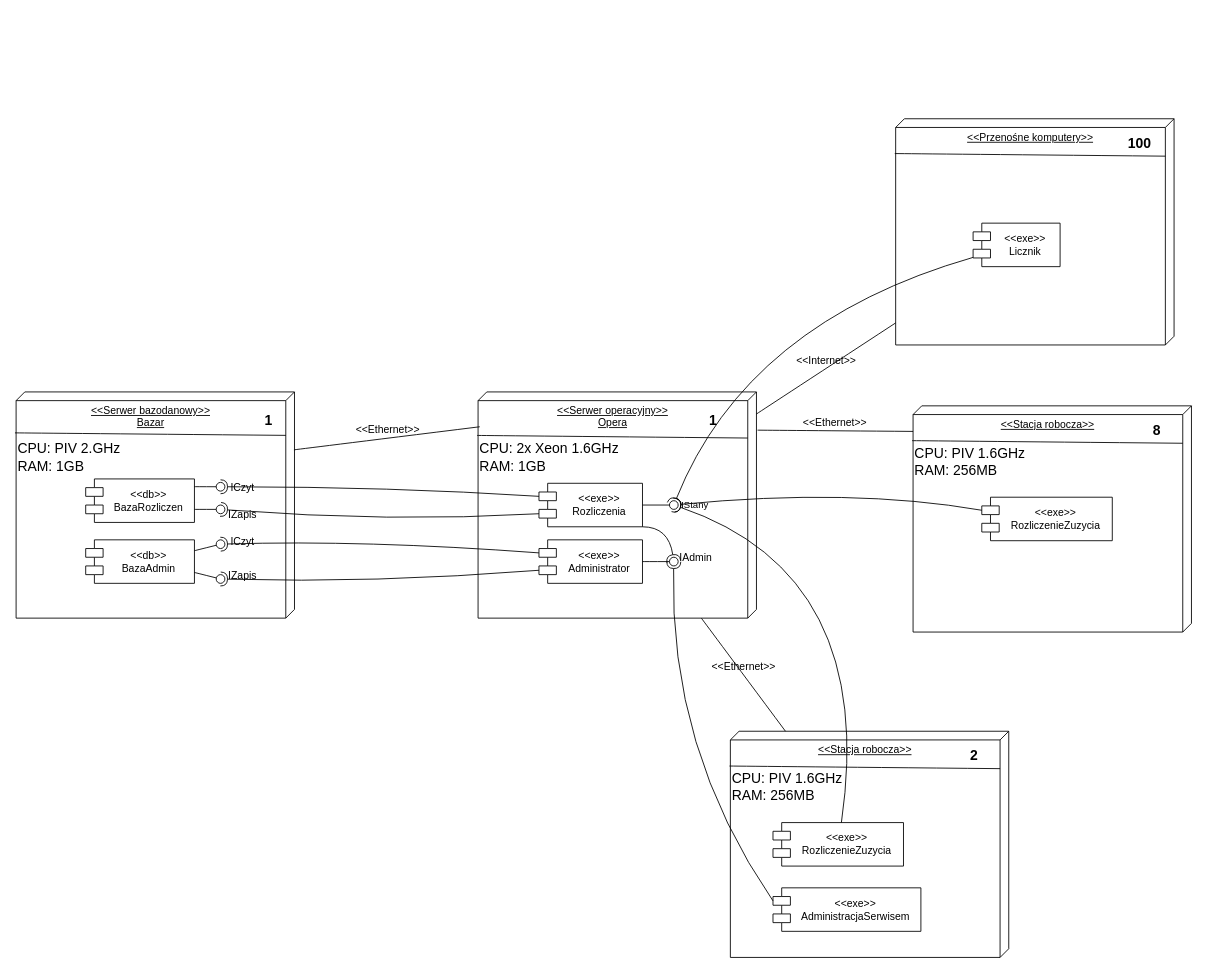
Dziecky/UML keeps this draw.io diagram as Diagram wdrożenia.drawio. Above is the earlier version. Source tidied: cells renumbered, new cells numbered last; positions are measured from the earlier drawing's top-left corner, leaving out a move shared by most shapes. Both pictures are drawn from the tidied source at 87%, with x=0, y=0 at pixel (16, 15).
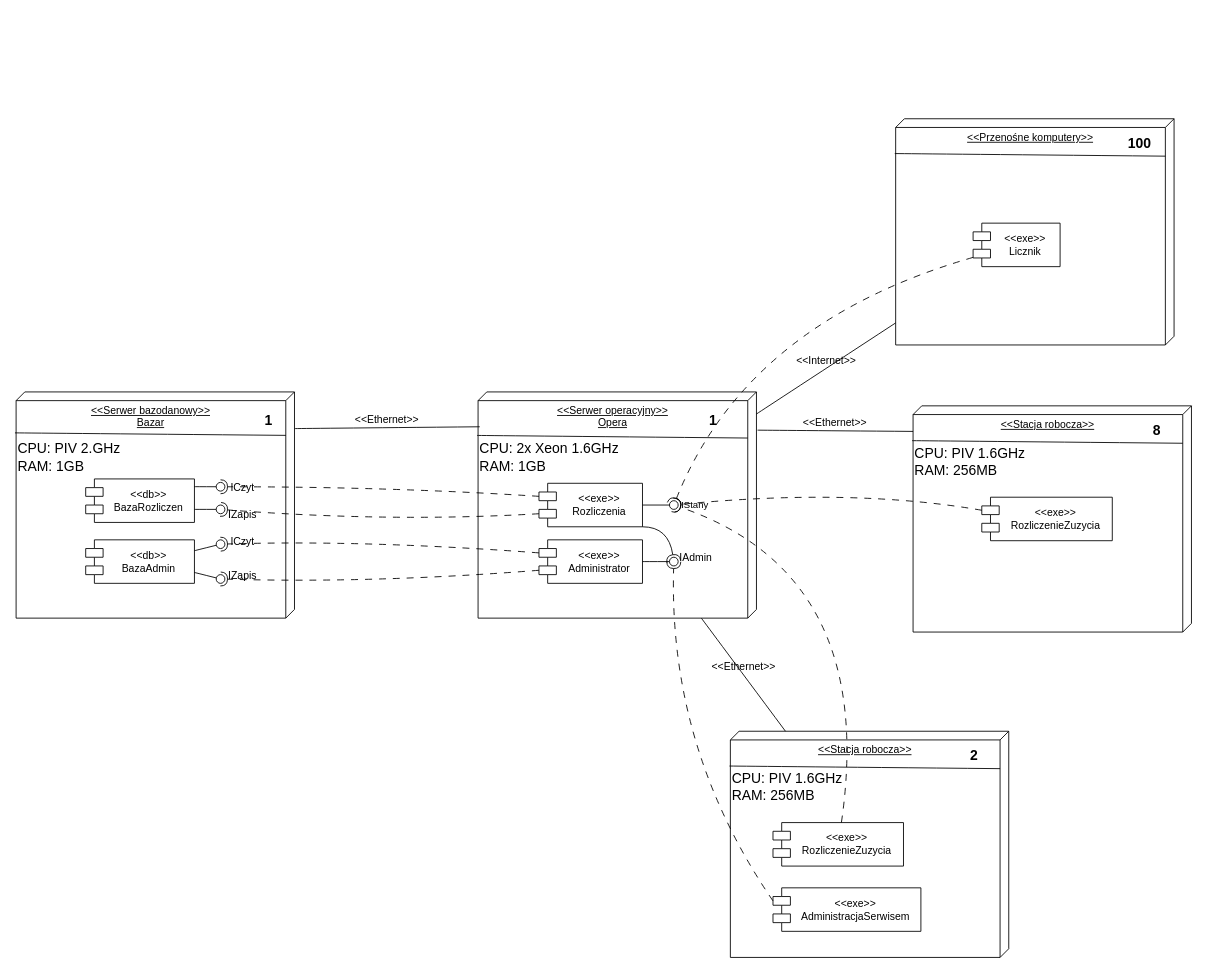
Above is the later version.

The change refers to these unchanged cells:
```xml
<mxCell id="4" value="&amp;lt;&amp;lt;Serwer operacyjny&amp;gt;&amp;gt;&lt;div&gt;Opera&lt;/div&gt;" style="verticalAlign=top;align=center;spacingTop=8;spacingLeft=2;spacingRight=12;shape=cube;size=10;direction=south;fontStyle=4;html=1;whiteSpace=wrap;" parent="3" vertex="1">
  <mxGeometry x="1" width="320" height="260" as="geometry" />
</mxCell>
<mxCell id="7" value="&amp;lt;&amp;lt;exe&amp;gt;&amp;gt;&lt;div&gt;Administrator&lt;/div&gt;" style="shape=module;align=left;spacingLeft=20;align=center;verticalAlign=middle;whiteSpace=wrap;html=1;fontFamily=Helvetica;fontSize=12;fontColor=default;labelBackgroundColor=none;" parent="3" vertex="1">
  <mxGeometry x="71" y="170" width="119" height="50" as="geometry" />
</mxCell>
<mxCell id="10" value="&amp;lt;&amp;lt;exe&amp;gt;&amp;gt;&lt;div&gt;Rozliczenia&lt;/div&gt;" style="shape=module;align=left;spacingLeft=20;align=center;verticalAlign=middle;whiteSpace=wrap;html=1;fontFamily=Helvetica;fontSize=12;fontColor=default;labelBackgroundColor=none;" parent="3" vertex="1">
  <mxGeometry x="71" y="105" width="119" height="50" as="geometry" />
</mxCell>
<mxCell id="11" style="ellipse;whiteSpace=wrap;html=1;align=center;fillColor=none;strokeColor=none;perimeter=centerPerimeter;points=[];outlineConnect=1;" parent="3" vertex="1">
  <mxGeometry x="221" y="190" width="10" height="10" as="geometry" />
</mxCell>
<mxCell id="15" style="ellipse;whiteSpace=wrap;html=1;align=center;fillColor=none;strokeColor=none;perimeter=centerPerimeter;points=[];outlineConnect=1;" parent="3" vertex="1">
  <mxGeometry x="221" y="125" width="10" height="10" as="geometry" />
</mxCell>
<mxCell id="17" style="group;" parent="1" vertex="1">
  <mxGeometry y="433" width="330" height="260" as="geometry" />
</mxCell>
<mxCell id="18" value="&amp;lt;&amp;lt;Serwer bazodanowy&amp;gt;&amp;gt;&lt;div&gt;Bazar&lt;/div&gt;" style="verticalAlign=top;align=center;spacingTop=8;spacingLeft=2;spacingRight=12;shape=cube;size=10;direction=south;fontStyle=4;html=1;whiteSpace=wrap;" parent="17" vertex="1">
  <mxGeometry width="320" height="260" as="geometry" />
</mxCell>
<mxCell id="27" style="ellipse;whiteSpace=wrap;html=1;align=center;fillColor=none;strokeColor=none;perimeter=centerPerimeter;points=[];outlineConnect=1;fontFamily=Helvetica;fontSize=12;fontColor=default;labelBackgroundColor=none;" parent="17" vertex="1">
  <mxGeometry x="230" y="170" width="10" height="10" as="geometry" />
</mxCell>
<mxCell id="29" style="ellipse;whiteSpace=wrap;html=1;align=center;fillColor=none;strokeColor=none;perimeter=centerPerimeter;points=[];outlineConnect=1;fontFamily=Helvetica;fontSize=12;fontColor=default;labelBackgroundColor=none;" parent="17" vertex="1">
  <mxGeometry x="230" y="210" width="10" height="10" as="geometry" />
</mxCell>
<mxCell id="42" value="&amp;lt;&amp;lt;exe&amp;gt;&amp;gt;&lt;div&gt;RozliczenieZuzycia&lt;/div&gt;" style="shape=module;align=left;spacingLeft=20;align=center;verticalAlign=middle;whiteSpace=wrap;html=1;fontFamily=Helvetica;fontSize=12;fontColor=default;labelBackgroundColor=none;" parent="37" vertex="1">
  <mxGeometry x="80" y="105" width="150" height="50" as="geometry" />
</mxCell>
<mxCell id="50" value="&amp;lt;&amp;lt;exe&amp;gt;&amp;gt;&lt;div&gt;Licznik&lt;/div&gt;" style="shape=module;align=left;spacingLeft=20;align=center;verticalAlign=middle;whiteSpace=wrap;html=1;" parent="45" vertex="1">
  <mxGeometry x="90" y="120" width="100" height="50" as="geometry" />
</mxCell>
<mxCell id="62" value="&amp;lt;&amp;lt;exe&amp;gt;&amp;gt;&lt;div&gt;RozliczenieZuzycia&lt;/div&gt;" style="shape=module;align=left;spacingLeft=20;align=center;verticalAlign=middle;whiteSpace=wrap;html=1;fontFamily=Helvetica;fontSize=12;fontColor=default;labelBackgroundColor=none;" parent="57" vertex="1">
  <mxGeometry x="50" y="105" width="150" height="50" as="geometry" />
</mxCell>
<mxCell id="63" value="&amp;lt;&amp;lt;exe&amp;gt;&amp;gt;&lt;div&gt;AdministracjaSerwisem&lt;/div&gt;" style="shape=module;align=left;spacingLeft=20;align=center;verticalAlign=middle;whiteSpace=wrap;html=1;fontFamily=Helvetica;fontSize=12;fontColor=default;labelBackgroundColor=none;" parent="57" vertex="1">
  <mxGeometry x="50" y="180" width="170" height="50" as="geometry" />
</mxCell>
```

Diff of the diagram source:
```diff
@@
-    <mxCell id="31" style="rounded=0;jettySize=auto;html=1;endArrow=halfCircle;endFill=0;endSize=6;strokeWidth=1;sketch=0;strokeColor=default;align=center;verticalAlign=bottom;fontFamily=Helvetica;fontSize=12;fontColor=default;labelBackgroundColor=none;edgeStyle=none;curved=1;exitX=0;exitY=0;exitDx=0;exitDy=35;exitPerimeter=0;" parent="17" edge="1" source="10">
+    <mxCell id="31" style="rounded=0;jettySize=auto;html=1;endArrow=halfCircle;endFill=0;endSize=6;strokeWidth=1;sketch=0;strokeColor=default;align=center;verticalAlign=bottom;fontFamily=Helvetica;fontSize=12;fontColor=default;labelBackgroundColor=none;edgeStyle=none;curved=1;exitX=0;exitY=0;exitDx=0;exitDy=35;exitPerimeter=0;dashed=1;dashPattern=8 8;" parent="17" edge="1" source="10">
       <mxGeometry relative="1" as="geometry">
         <mxPoint x="235" y="135" as="targetPoint" />
         <Array as="points">
           <mxPoint x="430" y="150" />
         </Array>
       </mxGeometry>
     </mxCell>
@@
-    <mxCell id="34" style="rounded=0;jettySize=auto;html=1;endArrow=halfCircle;endFill=0;endSize=6;strokeWidth=1;sketch=0;strokeColor=default;align=center;verticalAlign=bottom;fontFamily=Helvetica;fontSize=12;fontColor=default;labelBackgroundColor=none;edgeStyle=none;curved=1;exitX=0;exitY=0;exitDx=0;exitDy=15;exitPerimeter=0;" parent="17" edge="1" source="10">
+    <mxCell id="34" style="rounded=0;jettySize=auto;html=1;endArrow=halfCircle;endFill=0;endSize=6;strokeWidth=1;sketch=0;strokeColor=default;align=center;verticalAlign=bottom;fontFamily=Helvetica;fontSize=12;fontColor=default;labelBackgroundColor=none;edgeStyle=none;curved=1;exitX=0;exitY=0;exitDx=0;exitDy=15;exitPerimeter=0;dashed=1;dashPattern=8 8;" parent="17" edge="1" source="10">
       <mxGeometry relative="1" as="geometry">
         <mxPoint x="235" y="109" as="targetPoint" />
         <Array as="points">
           <mxPoint x="430" y="109" />
         </Array>
       </mxGeometry>
     </mxCell>
-    <mxCell id="35" value="&amp;lt;&amp;lt;Ethernet&amp;gt;&amp;gt;" style="edgeStyle=none;curved=1;rounded=0;jettySize=auto;html=1;fontSize=12;startSize=8;endSize=8;endArrow=none;endFill=0;labelBackgroundColor=none;verticalAlign=bottom;entryX=0.154;entryY=0.994;entryDx=0;entryDy=0;entryPerimeter=0;exitX=0.256;exitY=0.002;exitDx=0;exitDy=0;exitPerimeter=0;" parent="1" edge="1" source="18" target="4">
+    <mxCell id="35" value="&amp;lt;&amp;lt;Ethernet&amp;gt;&amp;gt;" style="edgeStyle=none;curved=1;rounded=0;jettySize=auto;html=1;fontSize=12;startSize=8;endSize=8;endArrow=none;endFill=0;labelBackgroundColor=none;verticalAlign=bottom;entryX=0.154;entryY=0.994;entryDx=0;entryDy=0;entryPerimeter=0;exitX=0.162;exitY=-0.001;exitDx=0;exitDy=0;exitPerimeter=0;" parent="1" edge="1" source="18" target="4">
       <mxGeometry relative="1" as="geometry" />
     </mxCell>
@@
-    <mxCell id="52" style="rounded=0;jettySize=auto;html=1;endArrow=halfCircle;endFill=0;endSize=6;strokeWidth=1;sketch=0;strokeColor=default;align=center;verticalAlign=bottom;fontFamily=Helvetica;fontSize=12;fontColor=default;labelBackgroundColor=none;edgeStyle=none;curved=1;exitX=0;exitY=0;exitDx=0;exitDy=15;exitPerimeter=0;" parent="1" edge="1" source="7" target="27">
+    <mxCell id="52" style="rounded=0;jettySize=auto;html=1;endArrow=halfCircle;endFill=0;endSize=6;strokeWidth=1;sketch=0;strokeColor=default;align=center;verticalAlign=bottom;fontFamily=Helvetica;fontSize=12;fontColor=default;labelBackgroundColor=none;edgeStyle=none;curved=1;exitX=0;exitY=0;exitDx=0;exitDy=15;exitPerimeter=0;dashed=1;dashPattern=8 8;" parent="1" edge="1" source="7" target="27">
       <mxGeometry relative="1" as="geometry">
         <Array as="points">
           <mxPoint x="400" y="603" />
         </Array>
       </mxGeometry>
     </mxCell>
-    <mxCell id="53" style="rounded=0;jettySize=auto;html=1;endArrow=halfCircle;endFill=0;endSize=6;strokeWidth=1;sketch=0;strokeColor=default;align=center;verticalAlign=bottom;fontFamily=Helvetica;fontSize=12;fontColor=default;labelBackgroundColor=none;edgeStyle=none;curved=1;exitX=0;exitY=0;exitDx=0;exitDy=35;exitPerimeter=0;" parent="1" edge="1" source="7" target="29">
+    <mxCell id="53" style="rounded=0;jettySize=auto;html=1;endArrow=halfCircle;endFill=0;endSize=6;strokeWidth=1;sketch=0;strokeColor=default;align=center;verticalAlign=bottom;fontFamily=Helvetica;fontSize=12;fontColor=default;labelBackgroundColor=none;edgeStyle=none;curved=1;exitX=0;exitY=0;exitDx=0;exitDy=35;exitPerimeter=0;dashed=1;dashPattern=8 8;" parent="1" edge="1" source="7" target="29">
       <mxGeometry relative="1" as="geometry">
         <Array as="points">
           <mxPoint x="410" y="653" />
         </Array>
       </mxGeometry>
     </mxCell>
@@
-    <mxCell id="55" style="rounded=0;jettySize=auto;html=1;endArrow=halfCircle;endFill=0;endSize=6;strokeWidth=1;sketch=0;fontSize=12;curved=1;exitX=0;exitY=0;exitDx=0;exitDy=15;exitPerimeter=0;" parent="1" edge="1" source="42" target="15">
+    <mxCell id="55" style="rounded=0;jettySize=auto;html=1;endArrow=halfCircle;endFill=0;endSize=6;strokeWidth=1;sketch=0;fontSize=12;curved=1;exitX=0;exitY=0;exitDx=0;exitDy=15;exitPerimeter=0;dashed=1;dashPattern=8 8;" parent="1" edge="1" source="42" target="15">
       <mxGeometry relative="1" as="geometry">
         <Array as="points">
           <mxPoint x="960" y="543" />
         </Array>
       </mxGeometry>
     </mxCell>
@@
-    <mxCell id="65" style="rounded=0;jettySize=auto;html=1;endArrow=halfCircle;endFill=0;endSize=6;strokeWidth=1;sketch=0;fontSize=12;curved=1;entryX=0.08;entryY=0.58;entryDx=0;entryDy=0;entryPerimeter=0;" parent="1" edge="1" source="62" target="15">
+    <mxCell id="65" style="rounded=0;jettySize=auto;html=1;endArrow=halfCircle;endFill=0;endSize=6;strokeWidth=1;sketch=0;fontSize=12;curved=1;entryX=0.08;entryY=0.58;entryDx=0;entryDy=0;entryPerimeter=0;dashed=1;dashPattern=8 8;" parent="1" edge="1" source="62" target="15">
       <mxGeometry relative="1" as="geometry">
         <Array as="points">
           <mxPoint x="990" y="643" />
         </Array>
       </mxGeometry>
     </mxCell>
@@
-    <mxCell id="67" style="rounded=0;jettySize=auto;html=1;endArrow=halfCircle;endFill=0;endSize=6;strokeWidth=1;sketch=0;fontSize=12;curved=1;entryX=0.971;entryY=1.494;entryDx=0;entryDy=0;entryPerimeter=0;exitX=0;exitY=0;exitDx=0;exitDy=15;exitPerimeter=0;" parent="1" edge="1" source="63" target="11">
+    <mxCell id="67" style="rounded=0;jettySize=auto;html=1;endArrow=halfCircle;endFill=0;endSize=6;strokeWidth=1;sketch=0;fontSize=12;curved=1;entryX=0.971;entryY=1.494;entryDx=0;entryDy=0;entryPerimeter=0;exitX=0;exitY=0;exitDx=0;exitDy=15;exitPerimeter=0;dashed=1;dashPattern=8 8;" parent="1" edge="1" source="63" target="11">
       <mxGeometry relative="1" as="geometry">
         <Array as="points">
           <mxPoint x="750" y="843" />
         </Array>
       </mxGeometry>
     </mxCell>
@@
-    <mxCell id="69" style="rounded=0;jettySize=auto;html=1;endArrow=halfCircle;endFill=0;endSize=6;strokeWidth=1;sketch=0;fontSize=12;curved=1;entryX=0.218;entryY=0.465;entryDx=0;entryDy=0;entryPerimeter=0;" parent="1" edge="1" source="50" target="15">
+    <mxCell id="69" style="rounded=0;jettySize=auto;html=1;endArrow=halfCircle;endFill=0;endSize=6;strokeWidth=1;sketch=0;fontSize=12;curved=1;entryX=0.218;entryY=0.465;entryDx=0;entryDy=0;entryPerimeter=0;dashed=1;dashPattern=8 8;" parent="1" edge="1" source="50" target="15">
       <mxGeometry relative="1" as="geometry">
         <Array as="points">
           <mxPoint x="840" y="353" />
         </Array>
       </mxGeometry>
     </mxCell>
```
